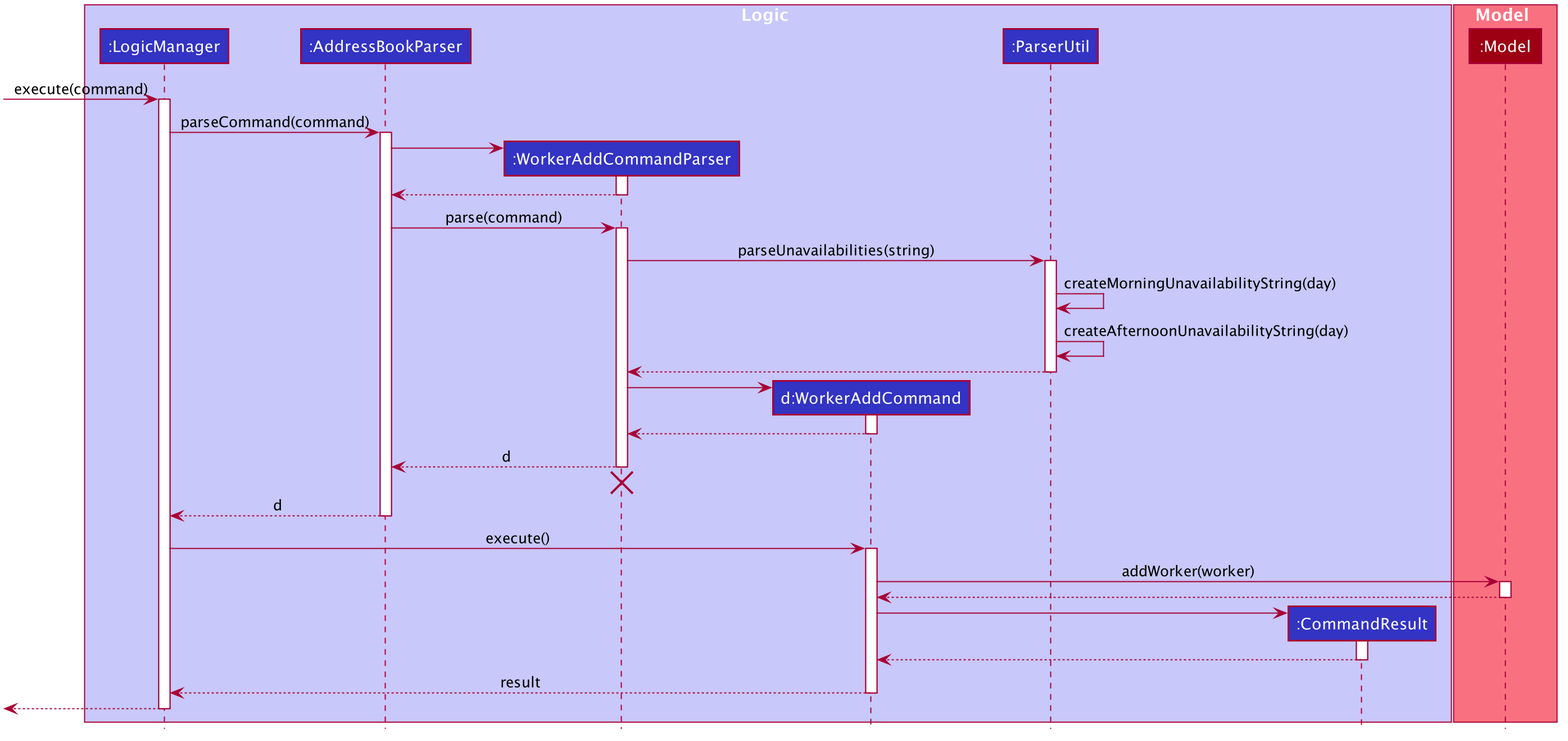
wakululuu/tp keeps this PlantUML diagram as docs/images/AddUnavailabilitySequenceDiagram.png. Above is the earlier version.
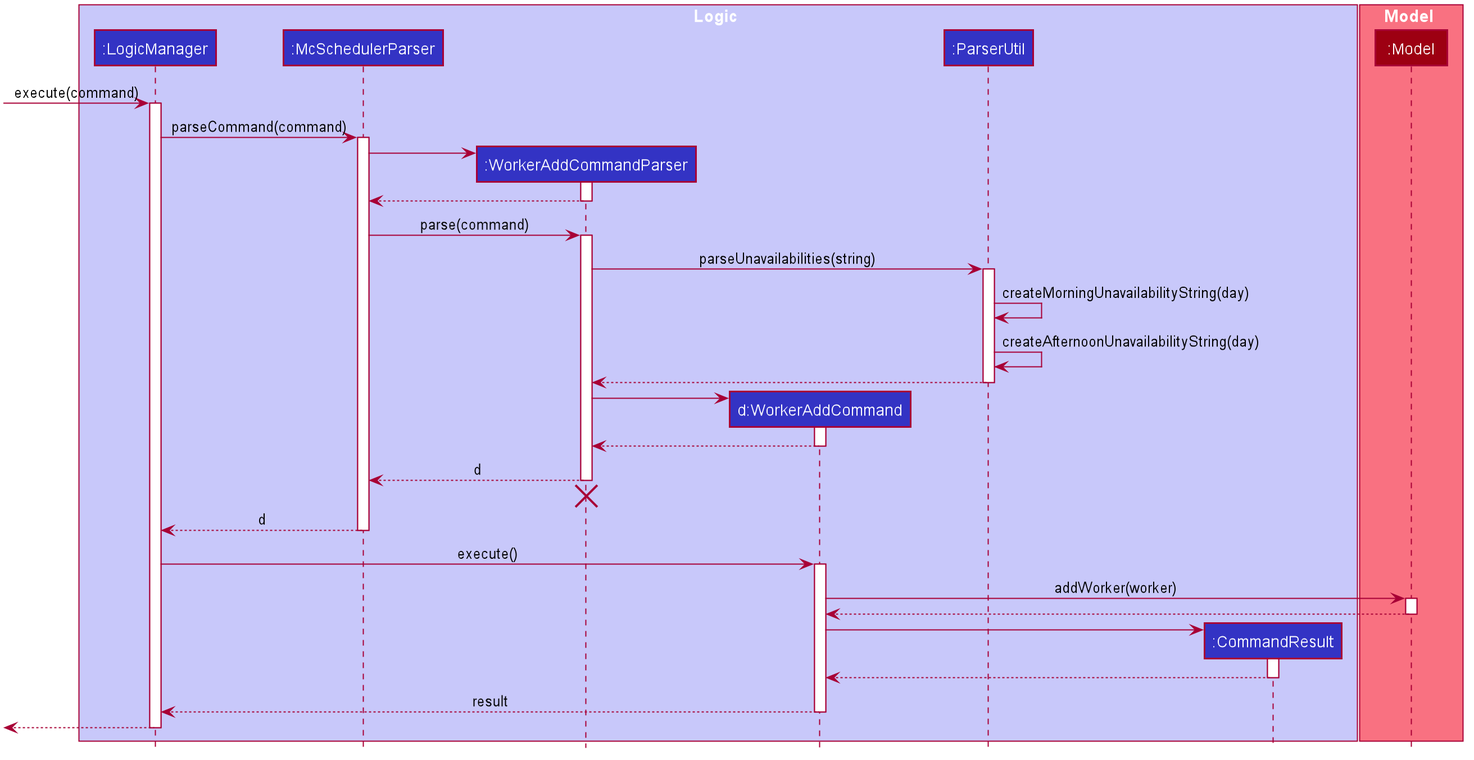
After the change.

What changed in the source:
```diff
@@ -52,7 +52,7 @@
 
 box Logic #C8C8FA
 participant ":LogicManager" as LogicManager #3333C4
-participant ":AddressBookParser" as AddressBookParser #3333C4
+participant ":McSchedulerParser" as McSchedulerParser #3333C4
 participant ":WorkerAddCommandParser" as WorkerAddCommandParser #3333C4
 participant "d:WorkerAddCommand" as WorkerAddCommand #3333C4
 participant ":ParserUtil" as ParserUtil #3333C4
@@ -66,17 +66,17 @@
 [-> LogicManager : execute(command)
 activate LogicManager
 
-LogicManager -> AddressBookParser : parseCommand(command)
-activate AddressBookParser
+LogicManager -> McSchedulerParser : parseCommand(command)
+activate McSchedulerParser
 
 create WorkerAddCommandParser
-AddressBookParser -> WorkerAddCommandParser
+McSchedulerParser -> WorkerAddCommandParser
 activate WorkerAddCommandParser
 
-WorkerAddCommandParser --> AddressBookParser
+WorkerAddCommandParser --> McSchedulerParser
 deactivate WorkerAddCommandParser
 
-AddressBookParser -> WorkerAddCommandParser : parse(command)
+McSchedulerParser -> WorkerAddCommandParser : parse(command)
 activate WorkerAddCommandParser
 
 WorkerAddCommandParser -> ParserUtil : parseUnavailabilities(string)
@@ -94,13 +94,13 @@
 WorkerAddCommand --> WorkerAddCommandParser
 deactivate WorkerAddCommand
 
-WorkerAddCommandParser --> AddressBookParser : d
+WorkerAddCommandParser --> McSchedulerParser : d
 deactivate WorkerAddCommandParser
-WorkerAddCommandParser -[hidden]-> AddressBookParser
+WorkerAddCommandParser -[hidden]-> McSchedulerParser
 destroy WorkerAddCommandParser
 
-AddressBookParser --> LogicManager : d
-deactivate AddressBookParser
+McSchedulerParser --> LogicManager : d
+deactivate McSchedulerParser
 
 LogicManager -> WorkerAddCommand : execute()
 activate WorkerAddCommand
```
